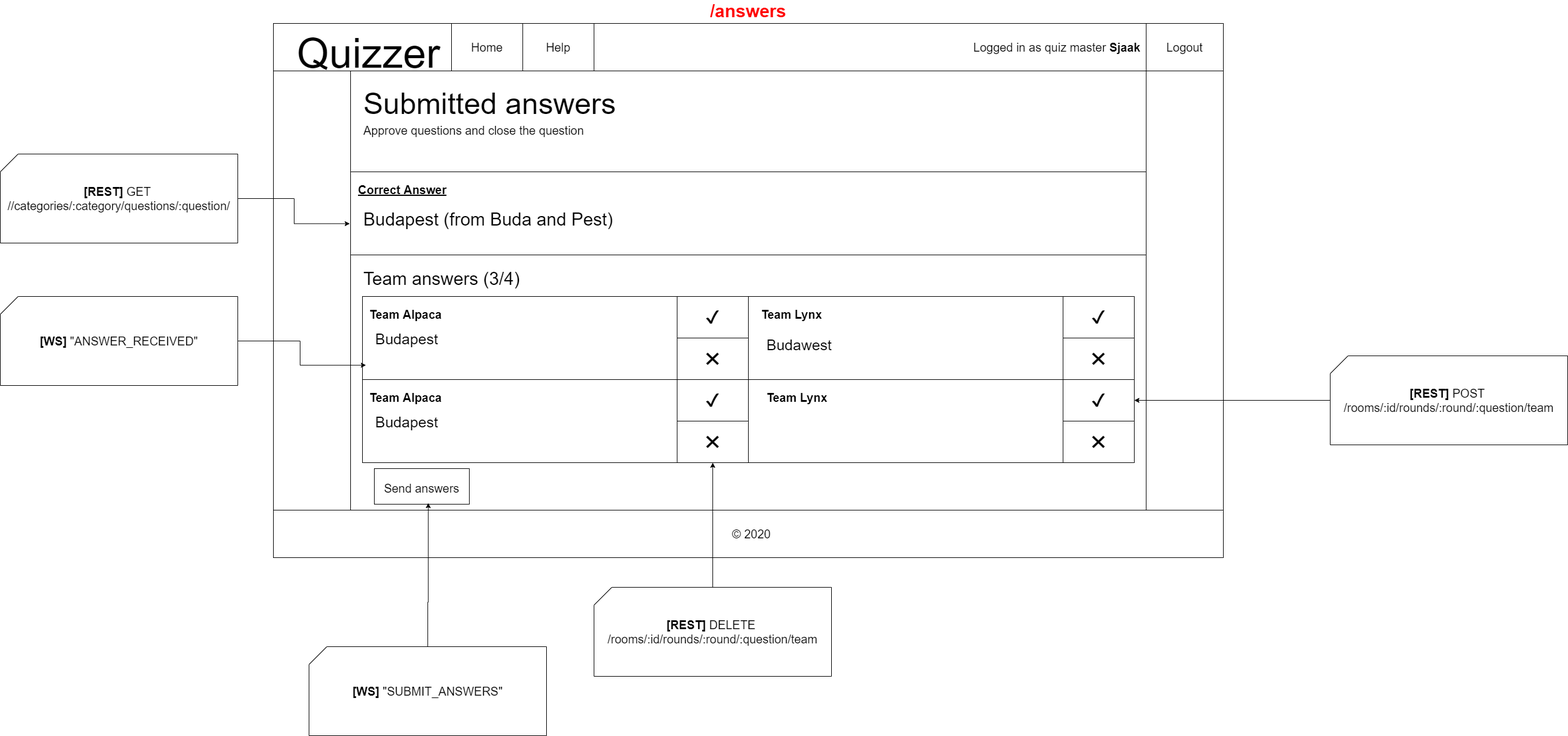
This is docs/wireframes-with-interactions/quizmaster-answers.png from IkBenDeSjaak/Quizzer, a draw.io export, as it was before one commit. Source tidied: cells renumbered, new cells last; positions are measured from the earlier drawing's top-left corner, leaving out a move shared by most shapes. Source of this version:
```xml
<mxGraphModel>
  <root>
    <mxCell id="0" />
    <mxCell id="1" parent="0" />
    <mxCell id="2" style="group;" parent="1" vertex="1">
      <mxGeometry x="460" width="1600" height="900" as="geometry" />
    </mxCell>
    <mxCell id="3" value="&lt;b&gt;&lt;font style=&quot;font-size: 30px&quot; color=&quot;#ff0000&quot;&gt;/answers&lt;br&gt;&lt;/font&gt;&lt;/b&gt;" style="rounded=0;whiteSpace=wrap;html=1;labelPosition=center;verticalLabelPosition=top;align=center;verticalAlign=bottom;" parent="2" vertex="1">
      <mxGeometry width="1600" height="900" as="geometry" />
    </mxCell>
    <mxCell id="4" style="rounded=0;whiteSpace=wrap;html=1;" parent="2" vertex="1">
      <mxGeometry width="1600" height="80" as="geometry" />
    </mxCell>
    <mxCell id="5" value="&lt;font style=&quot;font-size: 70px&quot;&gt;Quizzer&lt;/font&gt;" style="text;html=1;align=center;verticalAlign=middle;" parent="2" vertex="1">
      <mxGeometry x="30" y="30" width="260" height="40" as="geometry" />
    </mxCell>
    <mxCell id="6" style="rounded=0;whiteSpace=wrap;html=1;" parent="2" vertex="1">
      <mxGeometry x="130" y="80" width="1340" height="740" as="geometry" />
    </mxCell>
    <mxCell id="7" style="rounded=0;whiteSpace=wrap;html=1;" parent="2" vertex="1">
      <mxGeometry y="820" width="1600" height="80" as="geometry" />
    </mxCell>
    <mxCell id="8" value="&lt;font style=&quot;font-size: 20px&quot;&gt;© 2020&lt;/font&gt;" style="text;html=1;align=center;verticalAlign=middle;" parent="2" vertex="1">
      <mxGeometry x="765" y="850" width="80" height="20" as="geometry" />
    </mxCell>
    <mxCell id="9" value="Home" style="rounded=0;whiteSpace=wrap;html=1;fontSize=20;" parent="2" vertex="1">
      <mxGeometry x="300" width="120" height="80" as="geometry" />
    </mxCell>
    <mxCell id="10" value="Help" style="rounded=0;whiteSpace=wrap;html=1;fontSize=20;" parent="2" vertex="1">
      <mxGeometry x="420" width="120" height="80" as="geometry" />
    </mxCell>
    <mxCell id="11" style="rounded=0;whiteSpace=wrap;html=1;" parent="2" vertex="1">
      <mxGeometry x="130" y="80" width="1340" height="170" as="geometry" />
    </mxCell>
    <mxCell id="12" value="&lt;span style=&quot;font-size: 20px&quot;&gt;Approve questions and close the question&lt;/span&gt;" style="text;html=1;strokeColor=none;fillColor=none;align=left;verticalAlign=middle;whiteSpace=wrap;rounded=0;" parent="2" vertex="1">
      <mxGeometry x="150" y="170" width="570" height="20" as="geometry" />
    </mxCell>
    <mxCell id="13" value="&lt;span style=&quot;font-size: 50px&quot;&gt;Submitted answers&lt;/span&gt;" style="text;html=1;align=left;verticalAlign=middle;" parent="2" vertex="1">
      <mxGeometry x="150" y="120" width="440" height="30" as="geometry" />
    </mxCell>
    <mxCell id="14" style="rounded=0;whiteSpace=wrap;html=1;align=left;" parent="2" vertex="1">
      <mxGeometry x="130" y="250" width="1340" height="140" as="geometry" />
    </mxCell>
    <mxCell id="15" value="&lt;div style=&quot;text-align: right&quot;&gt;Logged in as quiz master &lt;b&gt;Sjaak&lt;/b&gt;&lt;/div&gt;" style="text;html=1;strokeColor=none;fillColor=none;align=center;verticalAlign=middle;whiteSpace=wrap;rounded=0;fontSize=20;" parent="2" vertex="1">
      <mxGeometry x="1170" y="30" width="300" height="20" as="geometry" />
    </mxCell>
    <mxCell id="16" value="Logout" style="rounded=0;whiteSpace=wrap;html=1;fontSize=20;" parent="2" vertex="1">
      <mxGeometry x="1470" width="130" height="80" as="geometry" />
    </mxCell>
    <mxCell id="17" value="&lt;span style=&quot;font-size: 20px&quot;&gt;&lt;b&gt;&lt;u&gt;Correct Answer&lt;/u&gt;&lt;/b&gt;&lt;/span&gt;" style="text;html=1;strokeColor=none;fillColor=none;align=left;verticalAlign=middle;whiteSpace=wrap;rounded=0;" parent="2" vertex="1">
      <mxGeometry x="141" y="270" width="239" height="20" as="geometry" />
    </mxCell>
    <mxCell id="18" value="Budapest (from Buda and Pest)" style="text;html=1;strokeColor=none;fillColor=none;align=left;verticalAlign=middle;whiteSpace=wrap;rounded=0;fontSize=30;" parent="2" vertex="1">
      <mxGeometry x="150" y="320" width="900" height="20" as="geometry" />
    </mxCell>
    <mxCell id="19" style="rounded=0;whiteSpace=wrap;html=1;align=left;" parent="2" vertex="1">
      <mxGeometry x="150" y="460" width="650" height="140" as="geometry" />
    </mxCell>
    <mxCell id="20" value="&lt;font style=&quot;font-size: 25px&quot;&gt;Budapest&lt;/font&gt;" style="text;html=1;strokeColor=none;fillColor=none;align=left;verticalAlign=middle;whiteSpace=wrap;rounded=0;fontSize=30;" parent="2" vertex="1">
      <mxGeometry x="170" y="520" width="150" height="20" as="geometry" />
    </mxCell>
    <mxCell id="21" value="&lt;b style=&quot;font-size: 20px&quot;&gt;Team Alpaca&lt;/b&gt;" style="text;html=1;strokeColor=none;fillColor=none;align=left;verticalAlign=middle;whiteSpace=wrap;rounded=0;" parent="2" vertex="1">
      <mxGeometry x="160" y="480" width="239" height="20" as="geometry" />
    </mxCell>
    <mxCell id="22" value="Team answers (3/4)" style="text;html=1;strokeColor=none;fillColor=none;align=left;verticalAlign=middle;whiteSpace=wrap;rounded=0;fontSize=30;" parent="2" vertex="1">
      <mxGeometry x="150" y="420" width="290" height="20" as="geometry" />
    </mxCell>
    <mxCell id="23" style="rounded=0;whiteSpace=wrap;html=1;align=left;" parent="2" vertex="1">
      <mxGeometry x="800" y="460" width="650" height="140" as="geometry" />
    </mxCell>
    <mxCell id="24" value="&lt;b style=&quot;font-size: 20px&quot;&gt;Team Lynx&lt;/b&gt;" style="text;html=1;strokeColor=none;fillColor=none;align=left;verticalAlign=middle;whiteSpace=wrap;rounded=0;" parent="2" vertex="1">
      <mxGeometry x="820" y="480" width="239" height="20" as="geometry" />
    </mxCell>
    <mxCell id="25" value="&lt;font style=&quot;font-size: 25px&quot;&gt;Budawest&lt;/font&gt;" style="text;html=1;strokeColor=none;fillColor=none;align=left;verticalAlign=middle;whiteSpace=wrap;rounded=0;fontSize=30;" parent="2" vertex="1">
      <mxGeometry x="829" y="530" width="150" height="20" as="geometry" />
    </mxCell>
    <mxCell id="26" value="✔" style="rounded=0;whiteSpace=wrap;html=1;fontSize=30;align=center;" parent="2" vertex="1">
      <mxGeometry x="680" y="460" width="120" height="70" as="geometry" />
    </mxCell>
    <mxCell id="27" value="✖" style="rounded=0;whiteSpace=wrap;html=1;fontSize=30;align=center;" parent="2" vertex="1">
      <mxGeometry x="680" y="530" width="120" height="70" as="geometry" />
    </mxCell>
    <mxCell id="28" value="✔" style="rounded=0;whiteSpace=wrap;html=1;fontSize=30;align=center;" parent="2" vertex="1">
      <mxGeometry x="1330" y="460" width="120" height="70" as="geometry" />
    </mxCell>
    <mxCell id="29" value="✖" style="rounded=0;whiteSpace=wrap;html=1;fontSize=30;align=center;" parent="2" vertex="1">
      <mxGeometry x="1330" y="530" width="120" height="70" as="geometry" />
    </mxCell>
    <mxCell id="30" style="rounded=0;whiteSpace=wrap;html=1;align=left;" parent="2" vertex="1">
      <mxGeometry x="150" y="600" width="650" height="140" as="geometry" />
    </mxCell>
    <mxCell id="31" value="&lt;b style=&quot;font-size: 20px&quot;&gt;Team Alpaca&lt;/b&gt;" style="text;html=1;strokeColor=none;fillColor=none;align=left;verticalAlign=middle;whiteSpace=wrap;rounded=0;" parent="2" vertex="1">
      <mxGeometry x="160" y="620" width="239" height="20" as="geometry" />
    </mxCell>
    <mxCell id="32" value="&lt;font style=&quot;font-size: 25px&quot;&gt;Budapest&lt;/font&gt;" style="text;html=1;strokeColor=none;fillColor=none;align=left;verticalAlign=middle;whiteSpace=wrap;rounded=0;fontSize=30;" parent="2" vertex="1">
      <mxGeometry x="170" y="660" width="150" height="20" as="geometry" />
    </mxCell>
    <mxCell id="33" value="✔" style="rounded=0;whiteSpace=wrap;html=1;fontSize=30;align=center;" parent="2" vertex="1">
      <mxGeometry x="680" y="600" width="120" height="70" as="geometry" />
    </mxCell>
    <mxCell id="34" value="✖" style="rounded=0;whiteSpace=wrap;html=1;fontSize=30;align=center;" parent="2" vertex="1">
      <mxGeometry x="680" y="670" width="120" height="70" as="geometry" />
    </mxCell>
    <mxCell id="35" value="&lt;font style=&quot;font-size: 25px&quot;&gt;Budawest&lt;/font&gt;" style="text;html=1;strokeColor=none;fillColor=none;align=left;verticalAlign=middle;whiteSpace=wrap;rounded=0;fontSize=30;" parent="2" vertex="1">
      <mxGeometry x="829" y="670" width="150" height="20" as="geometry" />
    </mxCell>
    <mxCell id="36" value="&lt;b style=&quot;font-size: 20px&quot;&gt;Team Lynx&lt;/b&gt;" style="text;html=1;strokeColor=none;fillColor=none;align=left;verticalAlign=middle;whiteSpace=wrap;rounded=0;" parent="2" vertex="1">
      <mxGeometry x="820" y="620" width="239" height="20" as="geometry" />
    </mxCell>
    <mxCell id="37" style="rounded=0;whiteSpace=wrap;html=1;align=left;" parent="2" vertex="1">
      <mxGeometry x="800" y="600" width="650" height="140" as="geometry" />
    </mxCell>
    <mxCell id="38" value="✔" style="rounded=0;whiteSpace=wrap;html=1;fontSize=30;align=center;" parent="2" vertex="1">
      <mxGeometry x="1330" y="600" width="120" height="70" as="geometry" />
    </mxCell>
    <mxCell id="39" value="✖" style="rounded=0;whiteSpace=wrap;html=1;fontSize=30;align=center;" parent="2" vertex="1">
      <mxGeometry x="1330" y="670" width="120" height="70" as="geometry" />
    </mxCell>
    <mxCell id="40" value="&lt;b style=&quot;font-size: 20px&quot;&gt;Team Lynx&lt;/b&gt;" style="text;html=1;strokeColor=none;fillColor=none;align=left;verticalAlign=middle;whiteSpace=wrap;rounded=0;" parent="2" vertex="1">
      <mxGeometry x="829" y="620" width="239" height="20" as="geometry" />
    </mxCell>
    <mxCell id="41" value="&lt;font style=&quot;font-size: 20px&quot;&gt;Send answers&lt;/font&gt;" style="rounded=0;whiteSpace=wrap;html=1;fontSize=30;align=center;" parent="2" vertex="1">
      <mxGeometry x="170" y="750" width="160" height="60" as="geometry" />
    </mxCell>
    <mxCell id="42" style="edgeStyle=orthogonalEdgeStyle;rounded=0;jettySize=auto;html=1;" parent="1" edge="1" source="43" target="34">
      <mxGeometry relative="1" as="geometry" />
    </mxCell>
    <mxCell id="43" value="&lt;font&gt;&lt;b style=&quot;font-size: 20px&quot;&gt;[REST]&lt;/b&gt;&lt;span style=&quot;font-size: 20px&quot;&gt;&amp;nbsp;DELETE&amp;nbsp;&lt;/span&gt;&lt;br&gt;&lt;span style=&quot;font-size: 20px&quot;&gt;/rooms/:id/rounds/:round/:question/team&lt;/span&gt;&lt;br&gt;&lt;/font&gt;" style="shape=card;whiteSpace=wrap;html=1;" parent="1" vertex="1">
      <mxGeometry x="1000" y="950" width="400" height="150" as="geometry" />
    </mxCell>
    <mxCell id="44" style="edgeStyle=orthogonalEdgeStyle;rounded=0;jettySize=auto;html=1;" parent="1" edge="1" source="45" target="38">
      <mxGeometry relative="1" as="geometry" />
    </mxCell>
    <mxCell id="45" value="&lt;font&gt;&lt;b style=&quot;font-size: 20px&quot;&gt;[REST]&lt;/b&gt;&lt;span style=&quot;font-size: 20px&quot;&gt;&amp;nbsp;POST&amp;nbsp;&lt;/span&gt;&lt;br&gt;&lt;span style=&quot;font-size: 20px&quot;&gt;/rooms/:id/rounds/:round/:question/team&lt;/span&gt;&lt;br&gt;&lt;/font&gt;" style="shape=card;whiteSpace=wrap;html=1;" parent="1" vertex="1">
      <mxGeometry x="2240" y="560" width="400" height="150" as="geometry" />
    </mxCell>
    <mxCell id="46" style="edgeStyle=orthogonalEdgeStyle;rounded=0;jettySize=auto;html=1;entryX=0.163;entryY=-0.15;entryDx=0;entryDy=0;entryPerimeter=0;" parent="1" edge="1" source="47" target="7">
      <mxGeometry relative="1" as="geometry" />
    </mxCell>
    <mxCell id="47" value="&lt;font&gt;&lt;span style=&quot;font-size: 20px&quot;&gt;&lt;b&gt;[WS]&lt;/b&gt;&amp;nbsp;&quot;SUBMIT_ANSWERS&quot;&lt;/span&gt;&lt;br&gt;&lt;/font&gt;" style="shape=card;whiteSpace=wrap;html=1;" parent="1" vertex="1">
      <mxGeometry x="520" y="1050" width="400" height="150" as="geometry" />
    </mxCell>
    <mxCell id="48" style="edgeStyle=orthogonalEdgeStyle;rounded=0;jettySize=auto;html=1;entryX=-0.001;entryY=0.624;entryDx=0;entryDy=0;entryPerimeter=0;" parent="1" edge="1" source="49" target="14">
      <mxGeometry relative="1" as="geometry" />
    </mxCell>
    <mxCell id="49" value="&lt;font&gt;&lt;b style=&quot;font-size: 20px&quot;&gt;[REST]&lt;/b&gt;&lt;span style=&quot;font-size: 20px&quot;&gt;&amp;nbsp;GET&amp;nbsp;&lt;/span&gt;&lt;br&gt;&lt;span style=&quot;font-size: 20px&quot;&gt;/&lt;/span&gt;&lt;span style=&quot;font-size: 20px&quot;&gt;/categories/:category/questions/:question/&lt;/span&gt;&lt;br&gt;&lt;/font&gt;" style="shape=card;whiteSpace=wrap;html=1;" parent="1" vertex="1">
      <mxGeometry y="220" width="400" height="150" as="geometry" />
    </mxCell>
    <mxCell id="50" style="edgeStyle=orthogonalEdgeStyle;rounded=0;jettySize=auto;html=1;entryX=0.009;entryY=0.827;entryDx=0;entryDy=0;entryPerimeter=0;" parent="1" edge="1" source="51" target="19">
      <mxGeometry relative="1" as="geometry" />
    </mxCell>
    <mxCell id="51" value="&lt;font&gt;&lt;b style=&quot;font-size: 20px&quot;&gt;[WS]&lt;/b&gt;&lt;span style=&quot;font-size: 20px&quot;&gt;&amp;nbsp;&quot;ANSWER_RECEIVED&quot;&lt;/span&gt;&lt;br&gt;&lt;/font&gt;" style="shape=card;whiteSpace=wrap;html=1;" parent="1" vertex="1">
      <mxGeometry y="460" width="400" height="150" as="geometry" />
    </mxCell>
  </root>
</mxGraphModel>
```
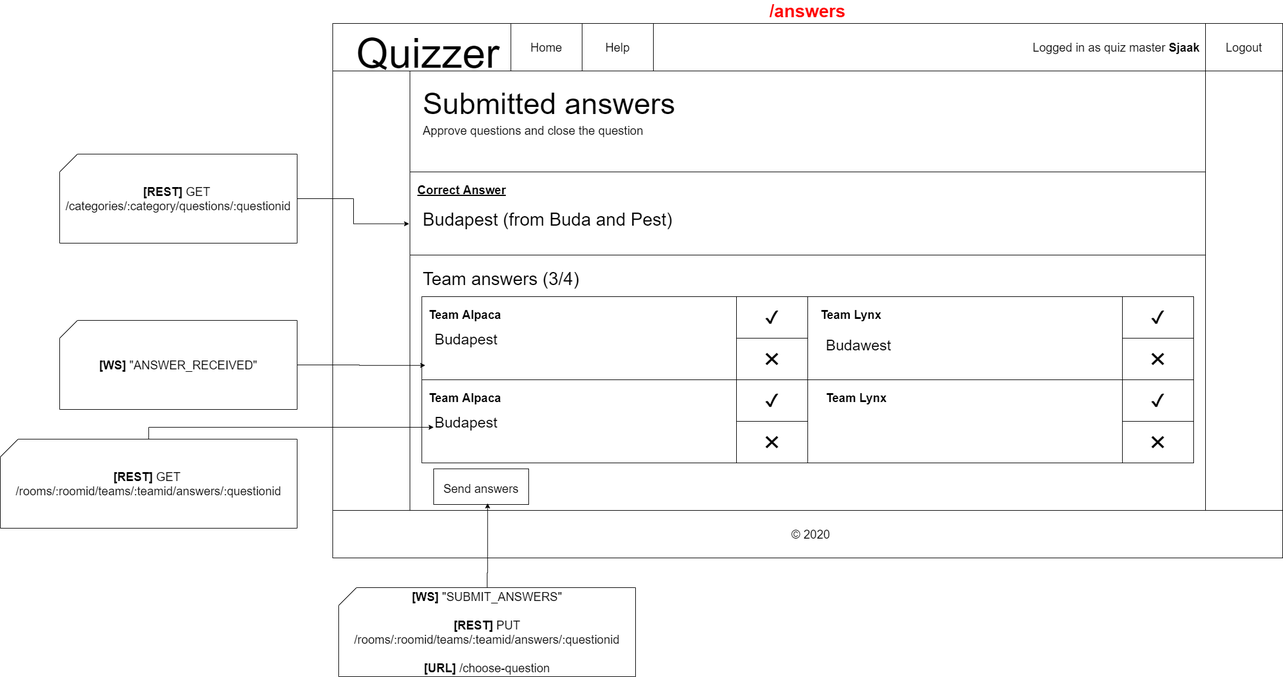
The same diagram one commit later.

The edit, as a diff of the source:
```diff
@@ -122,35 +122,33 @@
     <mxCell id="41" value="&lt;font style=&quot;font-size: 20px&quot;&gt;Send answers&lt;/font&gt;" style="rounded=0;whiteSpace=wrap;html=1;fontSize=30;align=center;" parent="2" vertex="1">
       <mxGeometry x="170" y="750" width="160" height="60" as="geometry" />
     </mxCell>
-    <mxCell id="42" style="edgeStyle=orthogonalEdgeStyle;rounded=0;jettySize=auto;html=1;" parent="1" edge="1" source="43" target="34">
-      <mxGeometry relative="1" as="geometry" />
-    </mxCell>
-    <mxCell id="43" value="&lt;font&gt;&lt;b style=&quot;font-size: 20px&quot;&gt;[REST]&lt;/b&gt;&lt;span style=&quot;font-size: 20px&quot;&gt;&amp;nbsp;DELETE&amp;nbsp;&lt;/span&gt;&lt;br&gt;&lt;span style=&quot;font-size: 20px&quot;&gt;/rooms/:id/rounds/:round/:question/team&lt;/span&gt;&lt;br&gt;&lt;/font&gt;" style="shape=card;whiteSpace=wrap;html=1;" parent="1" vertex="1">
-      <mxGeometry x="1000" y="950" width="400" height="150" as="geometry" />
-    </mxCell>
-    <mxCell id="44" style="edgeStyle=orthogonalEdgeStyle;rounded=0;jettySize=auto;html=1;" parent="1" edge="1" source="45" target="38">
-      <mxGeometry relative="1" as="geometry" />
-    </mxCell>
-    <mxCell id="45" value="&lt;font&gt;&lt;b style=&quot;font-size: 20px&quot;&gt;[REST]&lt;/b&gt;&lt;span style=&quot;font-size: 20px&quot;&gt;&amp;nbsp;POST&amp;nbsp;&lt;/span&gt;&lt;br&gt;&lt;span style=&quot;font-size: 20px&quot;&gt;/rooms/:id/rounds/:round/:question/team&lt;/span&gt;&lt;br&gt;&lt;/font&gt;" style="shape=card;whiteSpace=wrap;html=1;" parent="1" vertex="1">
-      <mxGeometry x="2240" y="560" width="400" height="150" as="geometry" />
-    </mxCell>
     <mxCell id="46" style="edgeStyle=orthogonalEdgeStyle;rounded=0;jettySize=auto;html=1;entryX=0.163;entryY=-0.15;entryDx=0;entryDy=0;entryPerimeter=0;" parent="1" edge="1" source="47" target="7">
       <mxGeometry relative="1" as="geometry" />
     </mxCell>
-    <mxCell id="47" value="&lt;font&gt;&lt;span style=&quot;font-size: 20px&quot;&gt;&lt;b&gt;[WS]&lt;/b&gt;&amp;nbsp;&quot;SUBMIT_ANSWERS&quot;&lt;/span&gt;&lt;br&gt;&lt;/font&gt;" style="shape=card;whiteSpace=wrap;html=1;" parent="1" vertex="1">
-      <mxGeometry x="520" y="1050" width="400" height="150" as="geometry" />
+    <mxCell id="47" value="&lt;font style=&quot;font-size: 20px&quot;&gt;&lt;span style=&quot;font-size: 20px&quot;&gt;&lt;b&gt;[WS]&lt;/b&gt;&amp;nbsp;&quot;SUBMIT_ANSWERS&quot;&lt;br&gt;&lt;/span&gt;&lt;br&gt;&lt;b style=&quot;font-size: 20px&quot;&gt;[REST]&lt;/b&gt;&lt;span style=&quot;font-size: 20px&quot;&gt;&amp;nbsp;PUT&lt;/span&gt;&lt;br&gt;&lt;span style=&quot;font-size: 20px&quot;&gt;/rooms/:roomid/teams/:teamid/answers/:questionid&lt;br&gt;&lt;/span&gt;&lt;br&gt;&lt;b&gt;[URL] &lt;/b&gt;/choose-question&lt;br&gt;&lt;/font&gt;" style="shape=card;whiteSpace=wrap;html=1;" parent="1" vertex="1">
+      <mxGeometry x="470" y="950" width="500" height="150" as="geometry" />
     </mxCell>
     <mxCell id="48" style="edgeStyle=orthogonalEdgeStyle;rounded=0;jettySize=auto;html=1;entryX=-0.001;entryY=0.624;entryDx=0;entryDy=0;entryPerimeter=0;" parent="1" edge="1" source="49" target="14">
       <mxGeometry relative="1" as="geometry" />
     </mxCell>
-    <mxCell id="49" value="&lt;font&gt;&lt;b style=&quot;font-size: 20px&quot;&gt;[REST]&lt;/b&gt;&lt;span style=&quot;font-size: 20px&quot;&gt;&amp;nbsp;GET&amp;nbsp;&lt;/span&gt;&lt;br&gt;&lt;span style=&quot;font-size: 20px&quot;&gt;/&lt;/span&gt;&lt;span style=&quot;font-size: 20px&quot;&gt;/categories/:category/questions/:question/&lt;/span&gt;&lt;br&gt;&lt;/font&gt;" style="shape=card;whiteSpace=wrap;html=1;" parent="1" vertex="1">
+    <mxCell id="49" value="&lt;font&gt;&lt;b style=&quot;font-size: 20px&quot;&gt;[REST]&lt;/b&gt;&lt;span style=&quot;font-size: 20px&quot;&gt;&amp;nbsp;GET&amp;nbsp;&lt;/span&gt;&lt;br&gt;&lt;span style=&quot;font-size: 20px&quot;&gt;/&lt;/span&gt;&lt;span style=&quot;font-size: 20px&quot;&gt;categories/:category/questions/:questionid&lt;/span&gt;&lt;br&gt;&lt;/font&gt;" style="shape=card;whiteSpace=wrap;html=1;" parent="1" vertex="1">
       <mxGeometry y="220" width="400" height="150" as="geometry" />
     </mxCell>
     <mxCell id="50" style="edgeStyle=orthogonalEdgeStyle;rounded=0;jettySize=auto;html=1;entryX=0.009;entryY=0.827;entryDx=0;entryDy=0;entryPerimeter=0;" parent="1" edge="1" source="51" target="19">
       <mxGeometry relative="1" as="geometry" />
     </mxCell>
     <mxCell id="51" value="&lt;font&gt;&lt;b style=&quot;font-size: 20px&quot;&gt;[WS]&lt;/b&gt;&lt;span style=&quot;font-size: 20px&quot;&gt;&amp;nbsp;&quot;ANSWER_RECEIVED&quot;&lt;/span&gt;&lt;br&gt;&lt;/font&gt;" style="shape=card;whiteSpace=wrap;html=1;" parent="1" vertex="1">
-      <mxGeometry y="460" width="400" height="150" as="geometry" />
+      <mxGeometry y="500" width="400" height="150" as="geometry" />
     </mxCell>
+    <mxCell id="52" style="edgeStyle=orthogonalEdgeStyle;rounded=0;jettySize=auto;html=1;entryX=0;entryY=1;entryDx=0;entryDy=0;" parent="1" edge="1" source="53" target="32">
+      <mxGeometry relative="1" as="geometry">
+        <Array as="points">
+          <mxPoint x="150" y="680" />
+        </Array>
+      </mxGeometry>
+    </mxCell>
+    <mxCell id="53" value="&lt;font&gt;&lt;b style=&quot;font-size: 20px&quot;&gt;[REST]&lt;/b&gt;&lt;span style=&quot;font-size: 20px&quot;&gt;&amp;nbsp;GET&amp;nbsp;&lt;/span&gt;&lt;br&gt;&lt;span style=&quot;font-size: 20px&quot;&gt;/rooms/:roomid/teams/:teamid/answers/:questionid&lt;/span&gt;&lt;br&gt;&lt;/font&gt;" style="shape=card;whiteSpace=wrap;html=1;" parent="1" vertex="1">
+      <mxGeometry x="-100" y="700" width="500" height="150" as="geometry" />
+    </mxCell>
   </root>
 </mxGraphModel>
```
